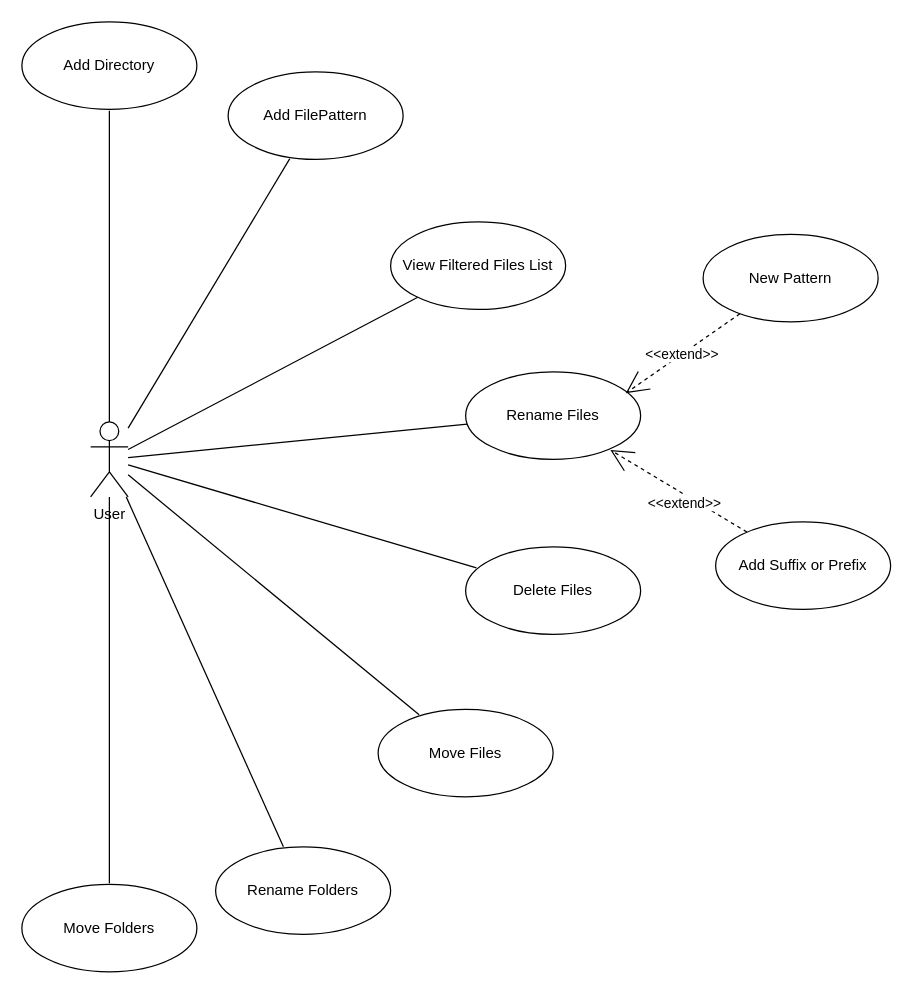
Above: src/Docs/UserCase.drawio in VitorPaulinoG/FileDominator (draw.io), before the change. Source tidied: cells renumbered, new cells numbered last; positions are measured from the earlier drawing's top-left corner, leaving out a move shared by most shapes. Both pictures are drawn from the tidied source at 125%, with x=0, y=0 at pixel (21, 21).
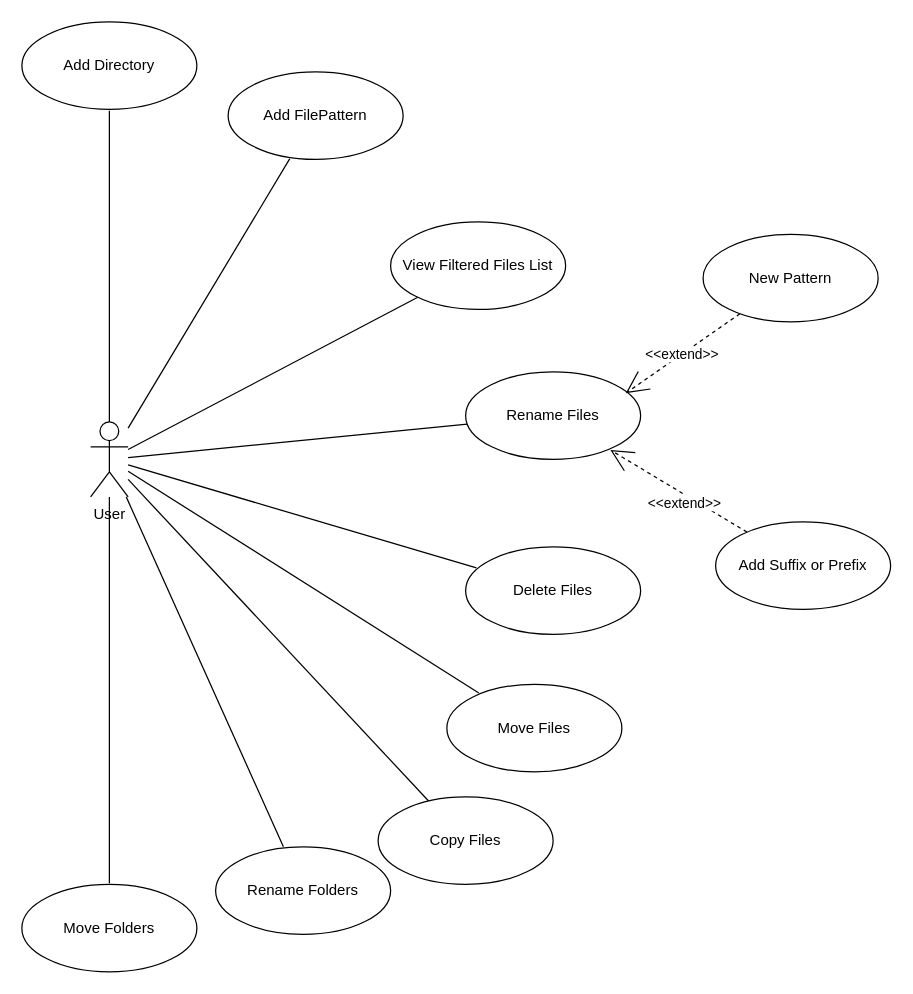
The same page after the edit.

Commit message:
Add Copy File use case into UseCase diagram

Unchanged cells that the change refers to:
```xml
<mxCell id="10" value="User" style="shape=umlActor;verticalLabelPosition=bottom;verticalAlign=top;html=1;" parent="1" vertex="1">
  <mxGeometry x="55" y="320" width="30" height="60" as="geometry" />
</mxCell>
```

The edit, as a diff of the source:
```diff
@@
+    <mxCell id="24" style="edgeStyle=none;html=1;endArrow=none;endFill=0;" parent="1" edge="1" source="10" target="25">
+      <mxGeometry relative="1" as="geometry" />
+    </mxCell>
@@
     <mxCell id="12" value="Move Files" style="ellipse;whiteSpace=wrap;html=1;" parent="1" vertex="1">
-      <mxGeometry x="285" y="550" width="140" height="70" as="geometry" />
+      <mxGeometry x="340" y="530" width="140" height="70" as="geometry" />
     </mxCell>
@@
+    <mxCell id="25" value="Copy Files" style="ellipse;whiteSpace=wrap;html=1;" parent="1" vertex="1">
+      <mxGeometry x="285" y="620" width="140" height="70" as="geometry" />
+    </mxCell>
```
